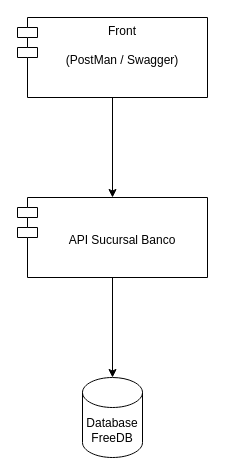
Earlier version of the draw.io diagram page "Diagrama de componentes" (1 of 3) of docs/restapi-banco.drawio (diemau16/banco-unisabana). Source tidied: cells renumbered, new cells numbered last; positions are measured from the earlier drawing's top-left corner, leaving out a move shared by most shapes. Both pictures are drawn from the tidied source at 100%, with x=0, y=0 at pixel (17, 17).
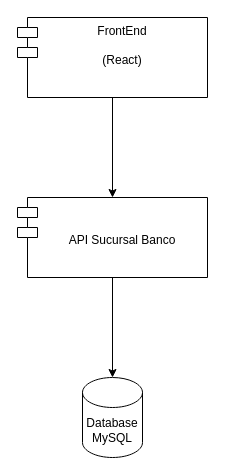
Above is the later version.

What changed in the source:
```diff
@@
 <mxGraphModel>
   <root>
     <mxCell id="0" />
     <mxCell id="1" parent="0" />
     <mxCell id="2" style="edgeStyle=orthogonalEdgeStyle;rounded=0;jettySize=auto;html=1;exitX=0.5;exitY=1;exitDx=0;exitDy=0;" parent="1" edge="1" source="3" target="5">
       <mxGeometry relative="1" as="geometry" />
     </mxCell>
-    <mxCell id="3" value="Front&lt;br&gt;&lt;br&gt;(PostMan / Swagger)" style="shape=module;align=left;spacingLeft=20;align=center;verticalAlign=top;whiteSpace=wrap;html=1;" parent="1" vertex="1">
+    <mxCell id="3" value="FrontEnd&lt;br&gt;&lt;br&gt;(React)" style="shape=module;align=left;spacingLeft=20;align=center;verticalAlign=top;whiteSpace=wrap;html=1;" parent="1" vertex="1">
       <mxGeometry width="190" height="80" as="geometry" />
     </mxCell>
     <mxCell id="4" style="edgeStyle=orthogonalEdgeStyle;rounded=0;jettySize=auto;html=1;exitX=0.5;exitY=1;exitDx=0;exitDy=0;" parent="1" edge="1" source="5" target="6">
       <mxGeometry relative="1" as="geometry" />
     </mxCell>
     <mxCell id="5" value="&lt;div&gt;&lt;br&gt;&lt;/div&gt;&lt;div&gt;&lt;br&gt;&lt;/div&gt;&lt;div&gt;API Sucursal Banco&lt;br&gt;&lt;/div&gt;" style="shape=module;align=left;spacingLeft=20;align=center;verticalAlign=top;whiteSpace=wrap;html=1;" parent="1" vertex="1">
       <mxGeometry y="180" width="190" height="80" as="geometry" />
     </mxCell>
-    <mxCell id="6" value="Database&lt;br&gt;FreeDB" style="shape=cylinder3;whiteSpace=wrap;html=1;boundedLbl=1;backgroundOutline=1;size=15;" parent="1" vertex="1">
+    <mxCell id="6" value="Database&lt;br&gt;MySQL" style="shape=cylinder3;whiteSpace=wrap;html=1;boundedLbl=1;backgroundOutline=1;size=15;" parent="1" vertex="1">
       <mxGeometry x="65" y="360" width="60" height="80" as="geometry" />
     </mxCell>
   </root>
 </mxGraphModel>
```
